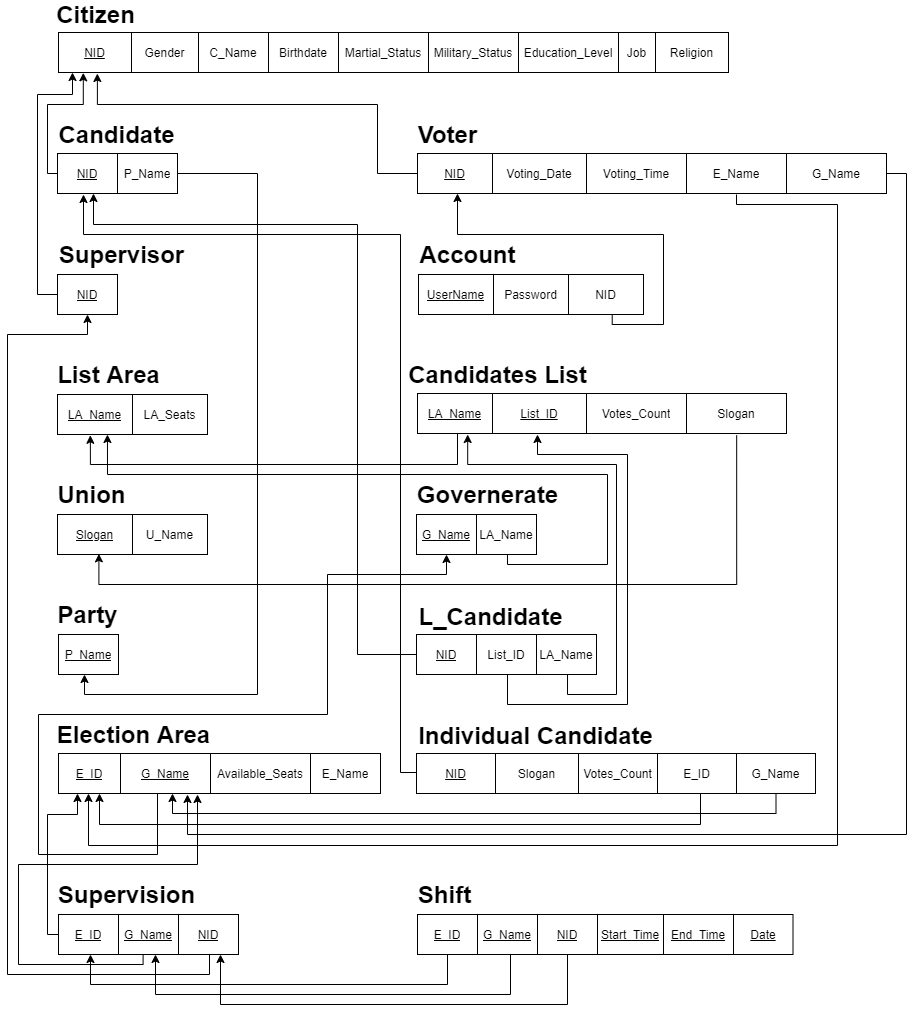
This is schema.png from ziad-khobeiz/e-voting-system, a draw.io export, as it was before one commit. Source tidied: cells renumbered, new cells last; positions are measured from the earlier drawing's top-left corner, leaving out a move shared by most shapes.
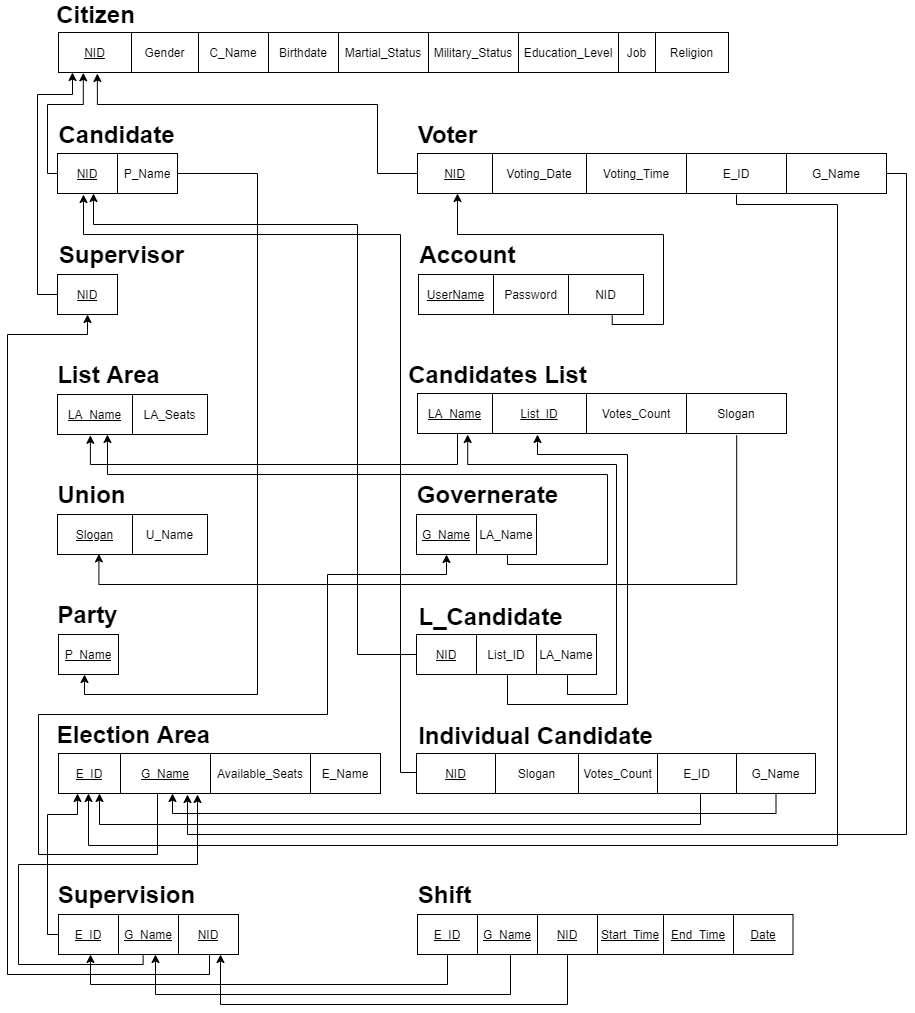
The same file after the commit.

Commit message:
Edited Election Area Table 1.2

Change to the diagram source:
```diff
@@ -170,7 +170,7 @@
     <mxCell id="57" value="Voting_Time" style="shape=partialRectangle;html=1;whiteSpace=wrap;overflow=hidden;fillColor=none;top=0;left=0;bottom=0;right=0;" parent="54" vertex="1">
       <mxGeometry x="169" width="100" height="40" as="geometry" />
     </mxCell>
-    <mxCell id="58" value="E_Name" style="shape=partialRectangle;html=1;whiteSpace=wrap;overflow=hidden;fillColor=none;top=0;left=0;bottom=0;right=0;" parent="54" vertex="1">
+    <mxCell id="58" value="E_ID" style="shape=partialRectangle;html=1;whiteSpace=wrap;overflow=hidden;fillColor=none;top=0;left=0;bottom=0;right=0;" parent="54" vertex="1">
       <mxGeometry x="269" width="100" height="40" as="geometry" />
     </mxCell>
     <mxCell id="59" value="G_Name" style="shape=partialRectangle;html=1;whiteSpace=wrap;overflow=hidden;fillColor=none;top=0;left=0;bottom=0;right=0;" parent="54" vertex="1">
```
